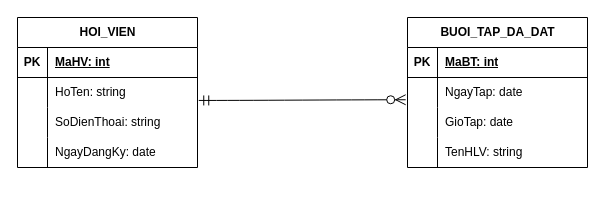
Above: BTTH1/buoc2.drawio in Qviet269/session16-IT105 (draw.io), before the change. Source tidied: cells renumbered, new cells numbered last; positions are measured from the earlier drawing's top-left corner, leaving out a move shared by most shapes. Both pictures are drawn from the tidied source at 100%, with x=0, y=0 at pixel (17, 17).
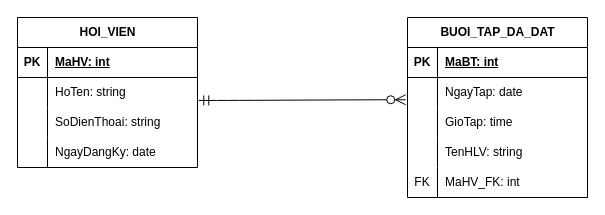
After the change.

Unchanged cells that the change refers to:
```xml
<mxCell id="22" style="shape=tableRow;horizontal=0;startSize=0;swimlaneHead=0;swimlaneBody=0;fillColor=none;top=0;left=0;right=0;bottom=0;" parent="15" vertex="1">
  <mxGeometry y="90" width="180" height="30" as="geometry" />
</mxCell>
```

Diff of the diagram source:
```diff
@@
     <mxCell id="15" value="BUOI_TAP_DA_DAT" style="shape=table;startSize=30;childLayout=tableLayout;rowLines=0;fontStyle=1;align=center;html=1;" parent="1" vertex="1">
-      <mxGeometry x="390" width="180" height="150" as="geometry" />
+      <mxGeometry x="390" width="180" height="180" as="geometry" />
     </mxCell>
@@
-    <mxCell id="24" value="GioTap: date" style="shape=partialRectangle;fillColor=none;top=0;left=0;bottom=0;right=0;align=left;spacingLeft=6;overflow=hidden;whiteSpace=wrap;html=1;" parent="22" vertex="1">
+    <mxCell id="24" value="GioTap: time" style="shape=partialRectangle;fillColor=none;top=0;left=0;bottom=0;right=0;align=left;spacingLeft=6;overflow=hidden;whiteSpace=wrap;html=1;" parent="22" vertex="1">
       <mxGeometry x="30" width="150" height="30" as="geometry" />
     </mxCell>
@@
+    <mxCell id="29" style="shape=tableRow;horizontal=0;startSize=0;swimlaneHead=0;swimlaneBody=0;fillColor=none;top=0;left=0;right=0;bottom=0;" parent="15" vertex="1">
+      <mxGeometry y="150" width="180" height="30" as="geometry" />
+    </mxCell>
+    <mxCell id="30" value="FK" style="shape=partialRectangle;fillColor=none;top=0;left=0;bottom=0;right=0;overflow=hidden;whiteSpace=wrap;html=1;" parent="29" vertex="1">
+      <mxGeometry width="30" height="30" as="geometry" />
+    </mxCell>
+    <mxCell id="31" value="MaHV_FK: int" style="shape=partialRectangle;fillColor=none;top=0;left=0;bottom=0;right=0;align=left;spacingLeft=6;overflow=hidden;whiteSpace=wrap;html=1;" parent="29" vertex="1">
+      <mxGeometry x="30" width="150" height="30" as="geometry" />
+    </mxCell>
```
